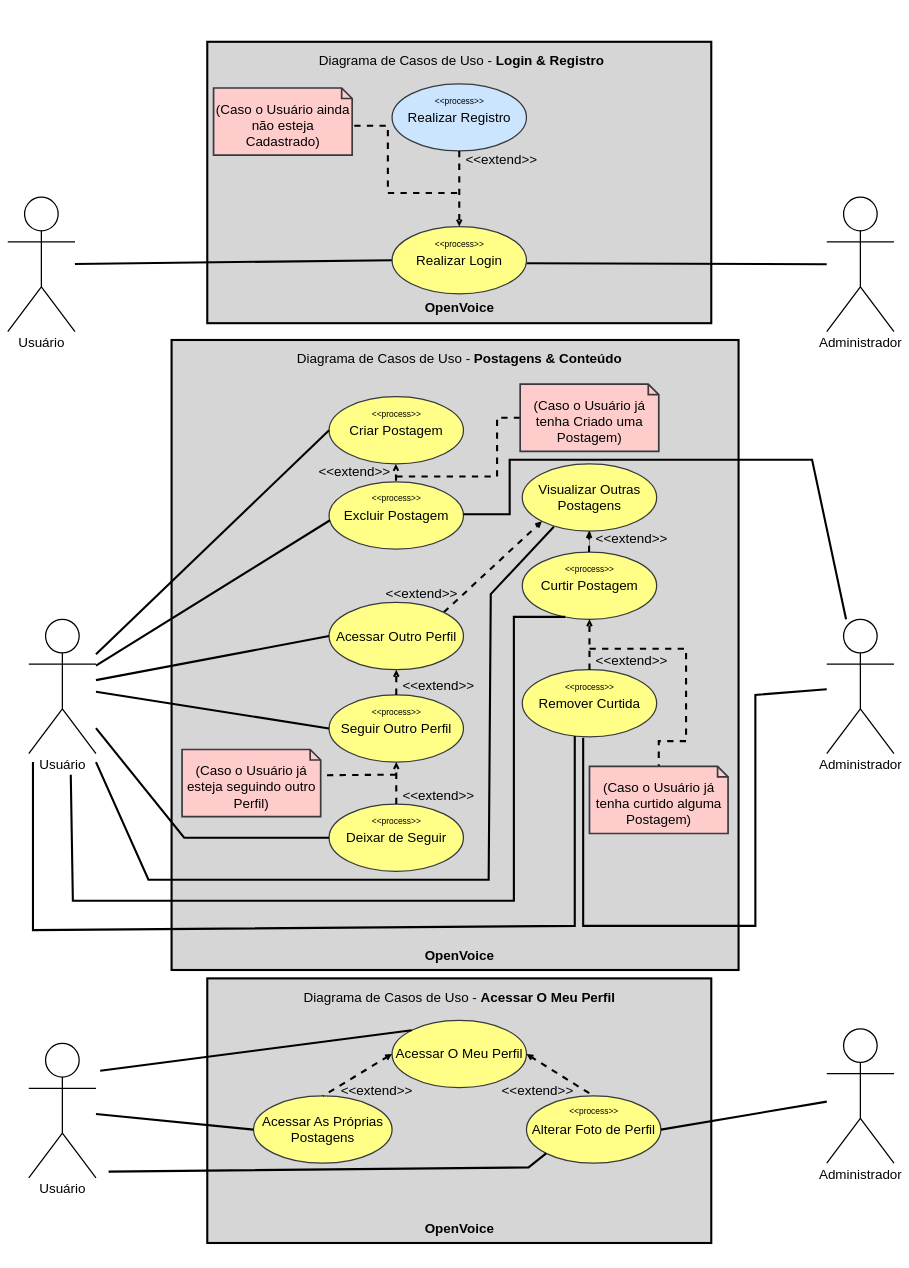
Earlier version of the draw.io diagram misc/diagramas/Diagrama de Casos de Uso.drawio (VerbalThree/OpenVoice). Source tidied: cells renumbered, new cells numbered last; positions are measured from the earlier drawing's top-left corner, leaving out a move shared by most shapes. Both pictures are drawn from the tidied source at 42%, with x=0, y=0 at pixel (8, 42).
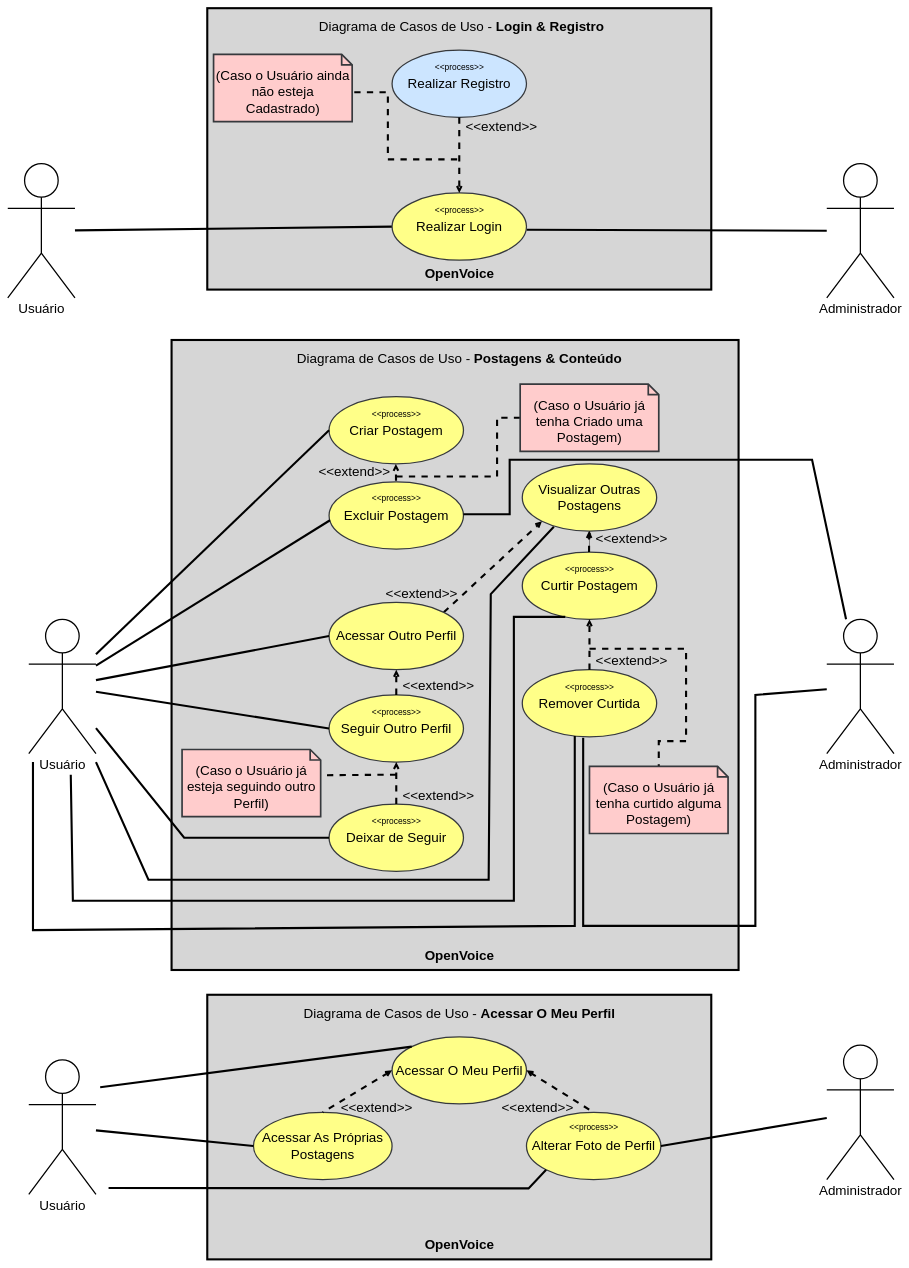
The same diagram, later.

What changed in the source:
```diff
@@
     <mxCell id="43" style="group;" parent="1" vertex="1">
-      <mxGeometry width="2110" height="690" as="geometry" />
+      <mxGeometry y="-80" width="2110" height="690" as="geometry" />
     </mxCell>
@@
+    <mxCell id="74" style="group;" parent="1" vertex="1">
+      <mxGeometry x="50" y="2269" width="2060" height="630" as="geometry" />
+    </mxCell>
+    <mxCell id="72" value="&lt;font style=&quot;font-size: 32px;&quot;&gt;Administrador&lt;/font&gt;" style="shape=umlActor;verticalLabelPosition=bottom;verticalAlign=top;html=1;strokeWidth=3;" parent="74" vertex="1">
+      <mxGeometry x="1900" y="120" width="160" height="320" as="geometry" />
+    </mxCell>
+    <mxCell id="75" style="group;" parent="74" vertex="1">
+      <mxGeometry width="1625" height="630" as="geometry" />
+    </mxCell>
-    <mxCell id="59" style="rounded=0;whiteSpace=wrap;html=1;fillColor=#D6D6D6;strokeWidth=5;" parent="1" vertex="1">
-      <mxGeometry x="475" y="2230" width="1200" height="630" as="geometry" />
+    <mxCell id="59" style="rounded=0;whiteSpace=wrap;html=1;fillColor=#D6D6D6;strokeWidth=5;" parent="75" vertex="1">
+      <mxGeometry x="425" width="1200" height="630" as="geometry" />
     </mxCell>
-    <mxCell id="60" value="&lt;font style=&quot;font-size: 32px;&quot;&gt;Acessar O Meu Perfil&lt;br&gt;&lt;/font&gt;" style="ellipse;whiteSpace=wrap;html=1;strokeWidth=3;fillColor=#ffff88;strokeColor=#36393d;" parent="1" vertex="1">
-      <mxGeometry x="915" y="2330" width="320" height="160" as="geometry" />
+    <mxCell id="60" value="&lt;font style=&quot;font-size: 32px;&quot;&gt;Acessar O Meu Perfil&lt;br&gt;&lt;/font&gt;" style="ellipse;whiteSpace=wrap;html=1;strokeWidth=3;fillColor=#ffff88;strokeColor=#36393d;" parent="75" vertex="1">
+      <mxGeometry x="865" y="100" width="320" height="160" as="geometry" />
     </mxCell>
-    <mxCell id="61" value="&lt;font style=&quot;font-size: 32px;&quot;&gt;Acessar As Próprias Postagens&lt;br&gt;&lt;/font&gt;" style="ellipse;whiteSpace=wrap;html=1;strokeWidth=3;fillColor=#ffff88;strokeColor=#36393d;" parent="1" vertex="1">
-      <mxGeometry x="585" y="2510" width="330" height="160" as="geometry" />
+    <mxCell id="61" value="&lt;font style=&quot;font-size: 32px;&quot;&gt;Acessar As Próprias Postagens&lt;br&gt;&lt;/font&gt;" style="ellipse;whiteSpace=wrap;html=1;strokeWidth=3;fillColor=#ffff88;strokeColor=#36393d;" parent="75" vertex="1">
+      <mxGeometry x="535" y="280" width="330" height="160" as="geometry" />
     </mxCell>
-    <mxCell id="62" value="&lt;font style=&quot;font-size: 32px;&quot;&gt;&amp;lt;&amp;lt;extend&amp;gt;&amp;gt;&lt;/font&gt;" style="html=1;verticalAlign=bottom;labelBackgroundColor=none;endArrow=none;endFill=0;dashed=1;rounded=0;strokeWidth=5;entryX=0.5;entryY=0;entryDx=0;entryDy=0;startArrow=open;startFill=0;exitX=0;exitY=0.5;exitDx=0;exitDy=0;" parent="1" edge="1" source="60" target="61">
+    <mxCell id="62" value="&lt;font style=&quot;font-size: 32px;&quot;&gt;&amp;lt;&amp;lt;extend&amp;gt;&amp;gt;&lt;/font&gt;" style="html=1;verticalAlign=bottom;labelBackgroundColor=none;endArrow=none;endFill=0;dashed=1;rounded=0;strokeWidth=5;entryX=0.5;entryY=0;entryDx=0;entryDy=0;startArrow=open;startFill=0;exitX=0;exitY=0.5;exitDx=0;exitDy=0;" parent="75" edge="1" source="60" target="61">
       <mxGeometry x="-0.09" y="74" relative="1" as="geometry" />
     </mxCell>
-    <mxCell id="63" value="&lt;font style=&quot;font-size: 32px;&quot;&gt;Alterar Foto de Perfil&lt;br&gt;&lt;/font&gt;" style="ellipse;whiteSpace=wrap;html=1;strokeWidth=3;fillColor=#ffff88;strokeColor=#36393d;" parent="1" vertex="1">
-      <mxGeometry x="1235" y="2510" width="320" height="160" as="geometry" />
+    <mxCell id="63" value="&lt;font style=&quot;font-size: 32px;&quot;&gt;Alterar Foto de Perfil&lt;br&gt;&lt;/font&gt;" style="ellipse;whiteSpace=wrap;html=1;strokeWidth=3;fillColor=#ffff88;strokeColor=#36393d;" parent="75" vertex="1">
+      <mxGeometry x="1185" y="280" width="320" height="160" as="geometry" />
     </mxCell>
-    <mxCell id="64" value="&lt;font style=&quot;font-size: 20px;&quot;&gt;&amp;lt;&amp;lt;process&amp;gt;&amp;gt;&lt;/font&gt;" style="text;html=1;align=center;verticalAlign=middle;strokeColor=none;fillColor=none;" parent="1" vertex="1">
-      <mxGeometry x="1325" y="2525" width="140" height="40" as="geometry" />
+    <mxCell id="64" value="&lt;font style=&quot;font-size: 20px;&quot;&gt;&amp;lt;&amp;lt;process&amp;gt;&amp;gt;&lt;/font&gt;" style="text;html=1;align=center;verticalAlign=middle;strokeColor=none;fillColor=none;" parent="75" vertex="1">
+      <mxGeometry x="1275" y="295" width="140" height="40" as="geometry" />
     </mxCell>
-    <mxCell id="65" value="&lt;font style=&quot;font-size: 32px;&quot;&gt;&amp;lt;&amp;lt;extend&amp;gt;&amp;gt;&lt;/font&gt;" style="html=1;verticalAlign=bottom;labelBackgroundColor=none;endArrow=none;endFill=0;dashed=1;rounded=0;strokeWidth=5;entryX=0.5;entryY=0;entryDx=0;entryDy=0;startArrow=open;startFill=0;exitX=1;exitY=0.5;exitDx=0;exitDy=0;" parent="1" edge="1" source="60" target="63">
+    <mxCell id="65" value="&lt;font style=&quot;font-size: 32px;&quot;&gt;&amp;lt;&amp;lt;extend&amp;gt;&amp;gt;&lt;/font&gt;" style="html=1;verticalAlign=bottom;labelBackgroundColor=none;endArrow=none;endFill=0;dashed=1;rounded=0;strokeWidth=5;entryX=0.5;entryY=0;entryDx=0;entryDy=0;startArrow=open;startFill=0;exitX=1;exitY=0.5;exitDx=0;exitDy=0;" parent="75" edge="1" source="60" target="63">
       <mxGeometry x="-0.15" y="-78" relative="1" as="geometry" />
     </mxCell>
-    <mxCell id="66" value="&lt;font style=&quot;font-size: 32px;&quot;&gt;Diagrama de Casos de Uso - &lt;b&gt;Acessar O Meu Perfil&lt;br&gt;&lt;/b&gt;&lt;/font&gt;" style="text;html=1;align=center;verticalAlign=middle;strokeColor=none;fillColor=none;" parent="1" vertex="1">
-      <mxGeometry x="695" y="2250" width="760" height="50" as="geometry" />
+    <mxCell id="66" value="&lt;font style=&quot;font-size: 32px;&quot;&gt;Diagrama de Casos de Uso - &lt;b&gt;Acessar O Meu Perfil&lt;br&gt;&lt;/b&gt;&lt;/font&gt;" style="text;html=1;align=center;verticalAlign=middle;strokeColor=none;fillColor=none;" parent="75" vertex="1">
+      <mxGeometry x="645" y="20" width="760" height="50" as="geometry" />
     </mxCell>
-    <mxCell id="67" value="&lt;font style=&quot;font-size: 32px;&quot;&gt;&lt;b&gt;OpenVoice&lt;br&gt;&lt;/b&gt;&lt;/font&gt;" style="text;html=1;align=center;verticalAlign=middle;strokeColor=none;fillColor=none;" parent="1" vertex="1">
-      <mxGeometry x="980" y="2800" width="190" height="50" as="geometry" />
+    <mxCell id="67" value="&lt;font style=&quot;font-size: 32px;&quot;&gt;&lt;b&gt;OpenVoice&lt;br&gt;&lt;/b&gt;&lt;/font&gt;" style="text;html=1;align=center;verticalAlign=middle;strokeColor=none;fillColor=none;" parent="75" vertex="1">
+      <mxGeometry x="930" y="570" width="190" height="50" as="geometry" />
     </mxCell>
-    <mxCell id="68" value="&lt;font style=&quot;font-size: 32px;&quot;&gt;Usuário&lt;/font&gt;" style="shape=umlActor;verticalLabelPosition=bottom;verticalAlign=top;html=1;strokeWidth=3;" parent="1" vertex="1">
-      <mxGeometry x="50" y="2385" width="160" height="320" as="geometry" />
+    <mxCell id="68" value="&lt;font style=&quot;font-size: 32px;&quot;&gt;Usuário&lt;/font&gt;" style="shape=umlActor;verticalLabelPosition=bottom;verticalAlign=top;html=1;strokeWidth=3;" parent="75" vertex="1">
+      <mxGeometry y="155" width="160" height="320" as="geometry" />
     </mxCell>
-    <mxCell id="69" style="endArrow=none;html=1;rounded=0;strokeWidth=5;entryX=0;entryY=0;entryDx=0;entryDy=0;" parent="1" edge="1" target="60">
+    <mxCell id="69" style="endArrow=none;html=1;rounded=0;strokeWidth=5;entryX=0;entryY=0;entryDx=0;entryDy=0;" parent="75" edge="1" target="60">
       <mxGeometry relative="1" as="geometry">
-        <mxPoint x="220" y="2450" as="sourcePoint" />
+        <mxPoint x="170" y="220" as="sourcePoint" />
       </mxGeometry>
     </mxCell>
-    <mxCell id="70" style="endArrow=none;html=1;rounded=0;strokeWidth=5;entryX=0;entryY=0.5;entryDx=0;entryDy=0;" parent="1" edge="1" source="68" target="61">
+    <mxCell id="70" style="endArrow=none;html=1;rounded=0;strokeWidth=5;entryX=0;entryY=0.5;entryDx=0;entryDy=0;" parent="75" edge="1" source="68" target="61">
       <mxGeometry relative="1" as="geometry" />
     </mxCell>
-    <mxCell id="71" style="endArrow=none;html=1;rounded=0;strokeWidth=5;entryX=0;entryY=1;entryDx=0;entryDy=0;" parent="1" edge="1" target="63">
+    <mxCell id="71" style="endArrow=none;html=1;rounded=0;strokeWidth=5;entryX=0;entryY=1;entryDx=0;entryDy=0;" parent="75" edge="1" target="63">
       <mxGeometry relative="1" as="geometry">
-        <mxPoint x="240" y="2690" as="sourcePoint" />
+        <mxPoint x="190" y="460" as="sourcePoint" />
         <Array as="points">
-          <mxPoint x="1240" y="2680" />
+          <mxPoint x="1190" y="461" />
         </Array>
       </mxGeometry>
     </mxCell>
-    <mxCell id="72" value="&lt;font style=&quot;font-size: 32px;&quot;&gt;Administrador&lt;/font&gt;" style="shape=umlActor;verticalLabelPosition=bottom;verticalAlign=top;html=1;strokeWidth=3;" parent="1" vertex="1">
-      <mxGeometry x="1950" y="2350" width="160" height="320" as="geometry" />
-    </mxCell>
-    <mxCell id="73" style="endArrow=none;html=1;rounded=0;strokeWidth=5;exitX=1;exitY=0.5;exitDx=0;exitDy=0;" parent="1" edge="1" source="63" target="72">
+    <mxCell id="73" style="endArrow=none;html=1;rounded=0;strokeWidth=5;exitX=1;exitY=0.5;exitDx=0;exitDy=0;" parent="74" edge="1" source="63" target="72">
       <mxGeometry relative="1" as="geometry" />
     </mxCell>
```
